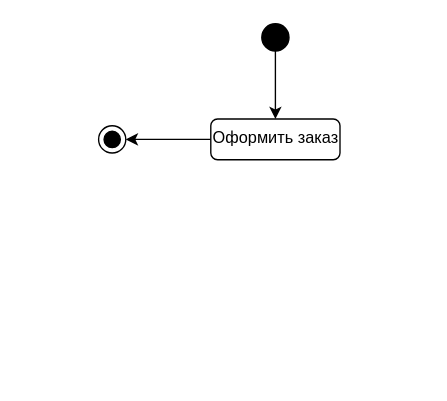
Earlier version of the draw.io diagram ДиаграммаАвтомата.drawio (hard-gainer/UML). Source tidied: cells renumbered, new cells numbered last; positions are measured from the earlier drawing's top-left corner, leaving out a move shared by most shapes. Both pictures are drawn from the tidied source at 136%, with x=0, y=0 at pixel (98, 23).
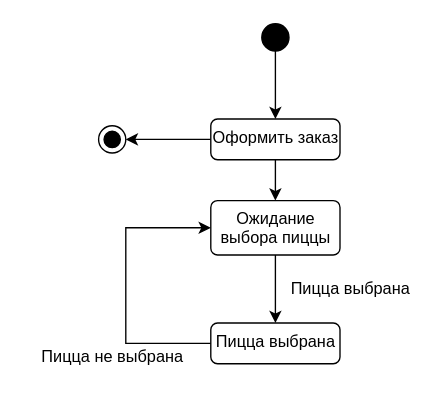
After the change.

Change to the diagram source:
```diff
@@
 <mxGraphModel>
   <root>
     <mxCell id="0" />
     <mxCell id="1" parent="0" />
     <mxCell id="2" style="edgeStyle=orthogonalEdgeStyle;rounded=0;jettySize=auto;html=1;entryX=0.5;entryY=0;entryDx=0;entryDy=0;" parent="1" edge="1" source="3" target="6">
       <mxGeometry relative="1" as="geometry" />
     </mxCell>
     <mxCell id="3" style="ellipse;fillColor=strokeColor;html=1;" parent="1" vertex="1">
       <mxGeometry x="120" width="20" height="20" as="geometry" />
     </mxCell>
     <mxCell id="4" style="ellipse;html=1;shape=endState;fillColor=strokeColor;" parent="1" vertex="1">
       <mxGeometry y="75" width="20" height="20" as="geometry" />
     </mxCell>
     <mxCell id="5" style="edgeStyle=orthogonalEdgeStyle;rounded=0;jettySize=auto;html=1;exitX=0;exitY=0.5;exitDx=0;exitDy=0;entryX=1;entryY=0.5;entryDx=0;entryDy=0;" parent="1" edge="1" source="6" target="4">
       <mxGeometry relative="1" as="geometry" />
     </mxCell>
+    <mxCell id="7" style="edgeStyle=orthogonalEdgeStyle;rounded=0;jettySize=auto;html=1;" parent="1" edge="1" source="6" target="9">
+      <mxGeometry relative="1" as="geometry" />
+    </mxCell>
     <mxCell id="6" value="Оформить заказ" style="html=1;align=center;verticalAlign=top;rounded=1;absoluteArcSize=1;arcSize=10;dashed=0;whiteSpace=wrap;" parent="1" vertex="1">
       <mxGeometry x="82.5" y="70" width="95" height="30" as="geometry" />
     </mxCell>
+    <mxCell id="8" style="edgeStyle=orthogonalEdgeStyle;rounded=0;jettySize=auto;html=1;exitX=0.5;exitY=1;exitDx=0;exitDy=0;entryX=0.5;entryY=0;entryDx=0;entryDy=0;" parent="1" edge="1" source="9" target="11">
+      <mxGeometry relative="1" as="geometry" />
+    </mxCell>
+    <mxCell id="9" value="Ожидание выбора пиццы" style="html=1;align=center;verticalAlign=top;rounded=1;absoluteArcSize=1;arcSize=10;dashed=0;whiteSpace=wrap;" parent="1" vertex="1">
+      <mxGeometry x="82.5" y="130" width="95" height="40" as="geometry" />
+    </mxCell>
+    <mxCell id="10" style="edgeStyle=orthogonalEdgeStyle;rounded=0;jettySize=auto;html=1;exitX=0;exitY=0.5;exitDx=0;exitDy=0;entryX=0;entryY=0.5;entryDx=0;entryDy=0;" parent="1" edge="1" source="11" target="9">
+      <mxGeometry relative="1" as="geometry">
+        <Array as="points">
+          <mxPoint x="20" y="235" />
+          <mxPoint x="20" y="150" />
+        </Array>
+      </mxGeometry>
+    </mxCell>
+    <mxCell id="11" value="Пицца выбрана" style="html=1;align=center;verticalAlign=top;rounded=1;absoluteArcSize=1;arcSize=10;dashed=0;whiteSpace=wrap;" parent="1" vertex="1">
+      <mxGeometry x="82.5" y="220" width="95" height="30" as="geometry" />
+    </mxCell>
+    <mxCell id="12" value="Пицца выбрана" style="text;html=1;align=center;verticalAlign=middle;strokeColor=none;fillColor=none;" parent="1" vertex="1">
+      <mxGeometry x="130" y="180" width="110" height="30" as="geometry" />
+    </mxCell>
+    <mxCell id="13" value="Пицца не выбрана" style="text;html=1;align=center;verticalAlign=middle;strokeColor=none;fillColor=none;" parent="1" vertex="1">
+      <mxGeometry x="-55" y="230" width="130" height="30" as="geometry" />
+    </mxCell>
   </root>
 </mxGraphModel>
```
